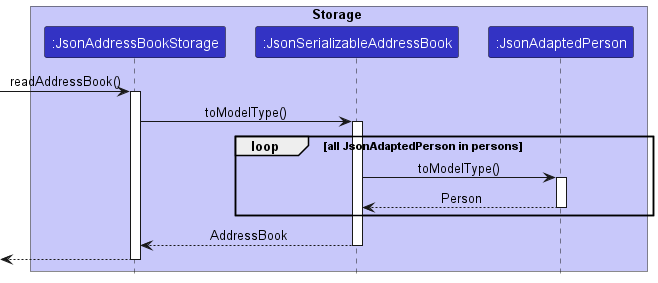
The PlantUML diagram docs/images/PersonRetrievalSequenceDiagram.png in nus-cs2103-AY2223S1/tp, before a commit.
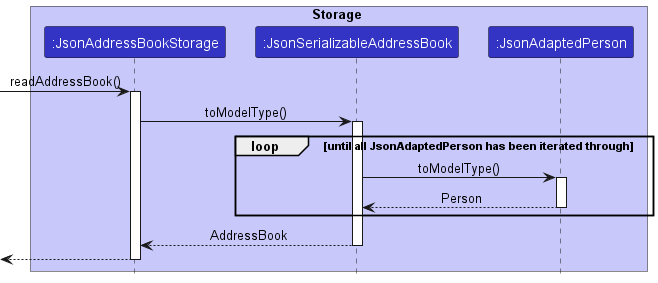
Later version of the same file.

Commit message:
Edit loop condition status in person retrieval diagram

What changed in the source:
```diff
@@ -13,7 +13,7 @@
 JsonAddressBookStorage -> JsonSerializableAddressBook : toModelType()
 activate JsonSerializableAddressBook
 
-loop all JsonAdaptedPerson in persons
+loop until all JsonAdaptedPerson has been iterated through
     JsonSerializableAddressBook -> JsonAdaptedPerson : toModelType()
     activate JsonAdaptedPerson
     JsonAdaptedPerson --> JsonSerializableAddressBook : Person
```
